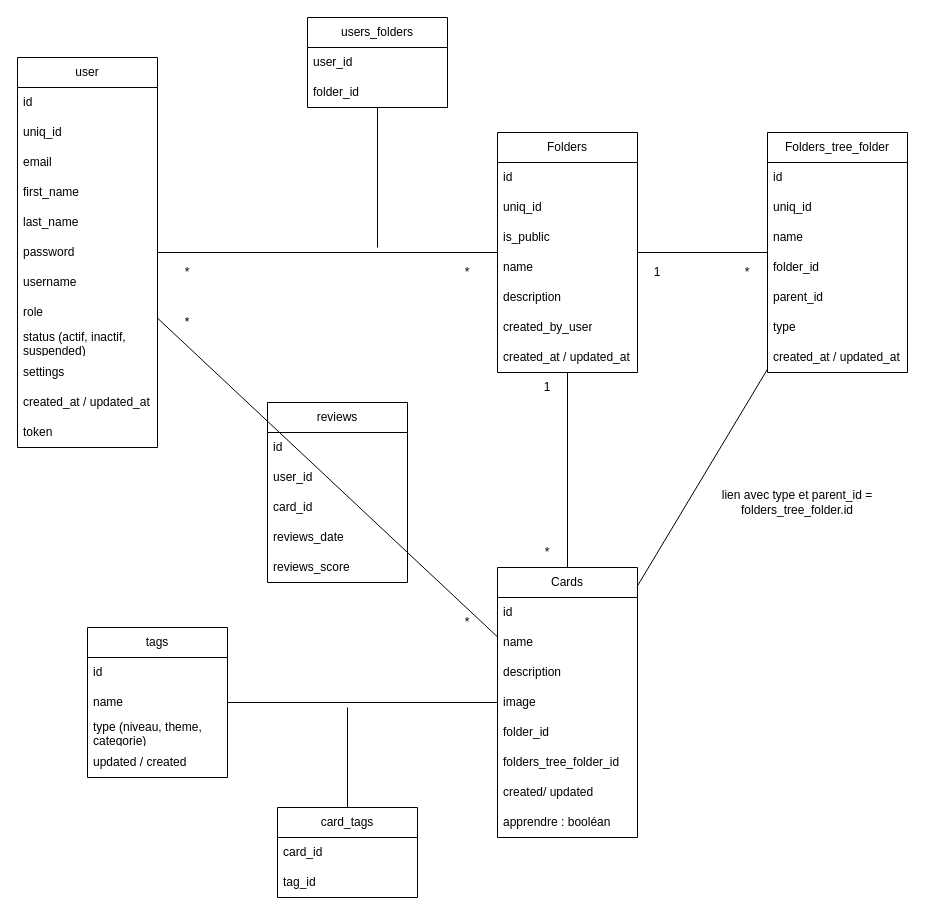
Before: ModeleConception.drawio in ElianThe/FastLearning, a draw.io diagram. Source tidied: cells renumbered, new cells numbered last; positions are measured from the earlier drawing's top-left corner, leaving out a move shared by most shapes. Both pictures are drawn from the tidied source at 100%, with x=0, y=0 at pixel (17, 17).
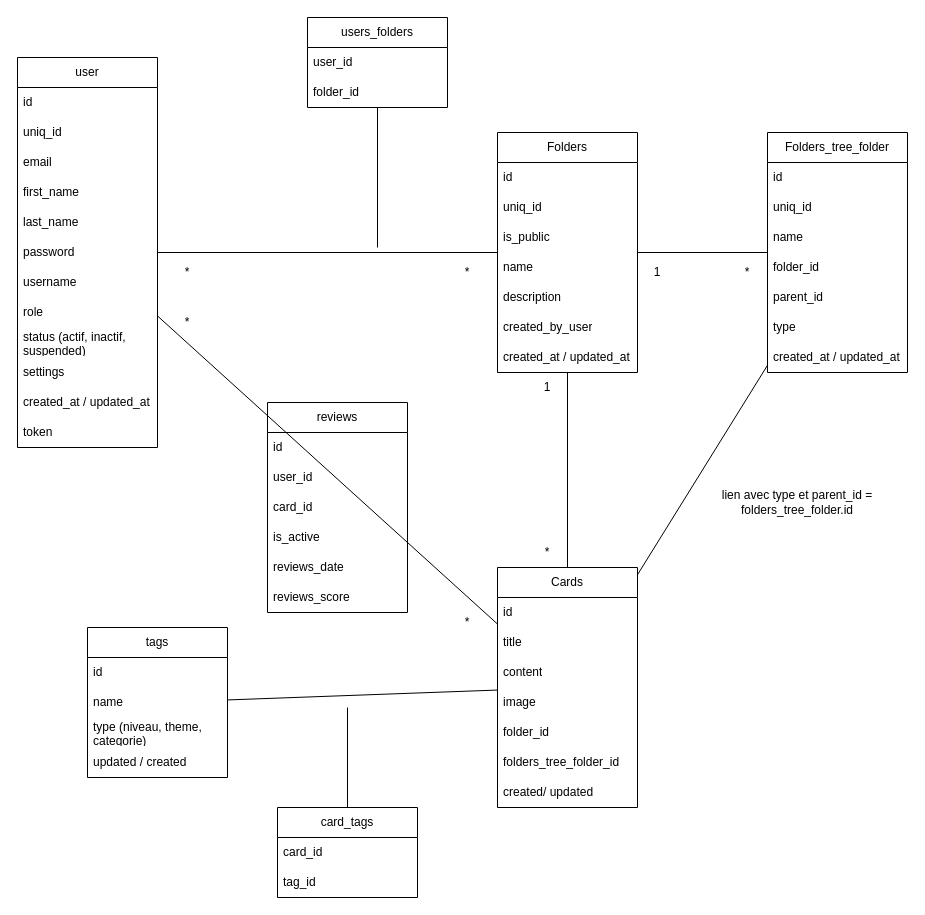
After the change.

Commit message:
Mettre à jour ModeleConception.drawio

What changed in the source:
```diff
@@
     <mxCell id="2" value="Cards" style="swimlane;fontStyle=0;horizontal=1;startSize=30;whiteSpace=wrap;html=1;" parent="1" vertex="1">
-      <mxGeometry x="480" y="550" width="140" height="270" as="geometry" />
+      <mxGeometry x="480" y="550" width="140" height="240" as="geometry" />
     </mxCell>
@@
-    <mxCell id="4" value="name" style="text;strokeColor=none;fillColor=none;align=left;verticalAlign=middle;spacingLeft=4;spacingRight=4;overflow=hidden;whiteSpace=wrap;html=1;" parent="2" vertex="1">
+    <mxCell id="4" value="title" style="text;strokeColor=none;fillColor=none;align=left;verticalAlign=middle;spacingLeft=4;spacingRight=4;overflow=hidden;whiteSpace=wrap;html=1;" parent="2" vertex="1">
       <mxGeometry y="60" width="140" height="30" as="geometry" />
     </mxCell>
-    <mxCell id="5" value="description" style="text;strokeColor=none;fillColor=none;align=left;verticalAlign=middle;spacingLeft=4;spacingRight=4;overflow=hidden;whiteSpace=wrap;html=1;" parent="2" vertex="1">
+    <mxCell id="5" value="content" style="text;strokeColor=none;fillColor=none;align=left;verticalAlign=middle;spacingLeft=4;spacingRight=4;overflow=hidden;whiteSpace=wrap;html=1;" parent="2" vertex="1">
       <mxGeometry y="90" width="140" height="30" as="geometry" />
     </mxCell>
@@
-    <mxCell id="10" value="apprendre : booléan" style="text;strokeColor=none;fillColor=none;align=left;verticalAlign=middle;spacingLeft=4;spacingRight=4;overflow=hidden;whiteSpace=wrap;html=1;" parent="2" vertex="1">
-      <mxGeometry y="240" width="140" height="30" as="geometry" />
-    </mxCell>
@@
     <mxCell id="35" value="reviews" style="swimlane;fontStyle=0;horizontal=1;startSize=30;whiteSpace=wrap;html=1;" parent="1" vertex="1">
-      <mxGeometry x="250" y="385" width="140" height="180" as="geometry" />
+      <mxGeometry x="250" y="385" width="140" height="210" as="geometry" />
     </mxCell>
@@
+    <mxCell id="74" value="is_active" style="text;strokeColor=none;fillColor=none;align=left;verticalAlign=middle;spacingLeft=4;spacingRight=4;overflow=hidden;whiteSpace=wrap;html=1;" parent="35" vertex="1">
+      <mxGeometry y="120" width="140" height="30" as="geometry" />
+    </mxCell>
     <mxCell id="39" value="reviews_date" style="text;strokeColor=none;fillColor=none;align=left;verticalAlign=middle;spacingLeft=4;spacingRight=4;overflow=hidden;whiteSpace=wrap;html=1;" parent="35" vertex="1">
-      <mxGeometry y="120" width="140" height="30" as="geometry" />
+      <mxGeometry y="150" width="140" height="30" as="geometry" />
     </mxCell>
     <mxCell id="40" value="reviews_score" style="text;strokeColor=none;fillColor=none;align=left;verticalAlign=middle;spacingLeft=4;spacingRight=4;overflow=hidden;whiteSpace=wrap;html=1;" parent="35" vertex="1">
-      <mxGeometry y="150" width="140" height="30" as="geometry" />
+      <mxGeometry y="180" width="140" height="30" as="geometry" />
     </mxCell>
```
